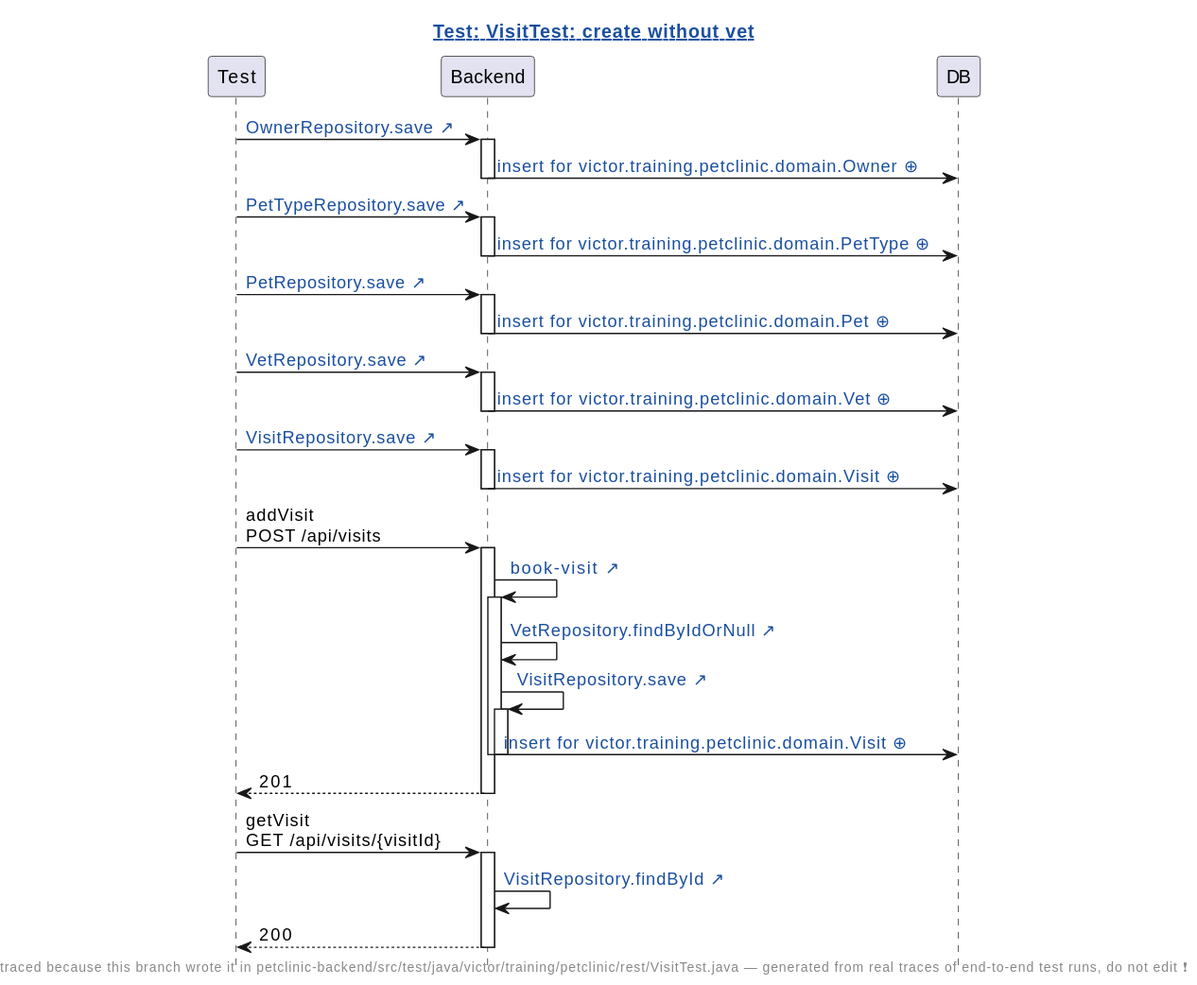
AgustinOliver98/human-review keeps this PlantUML diagram as demo/demo/assets/diagrams/petclinic-test_generated_VisitTest.java.create-without-vet.genseq.diff.svg. Above is the earlier version.
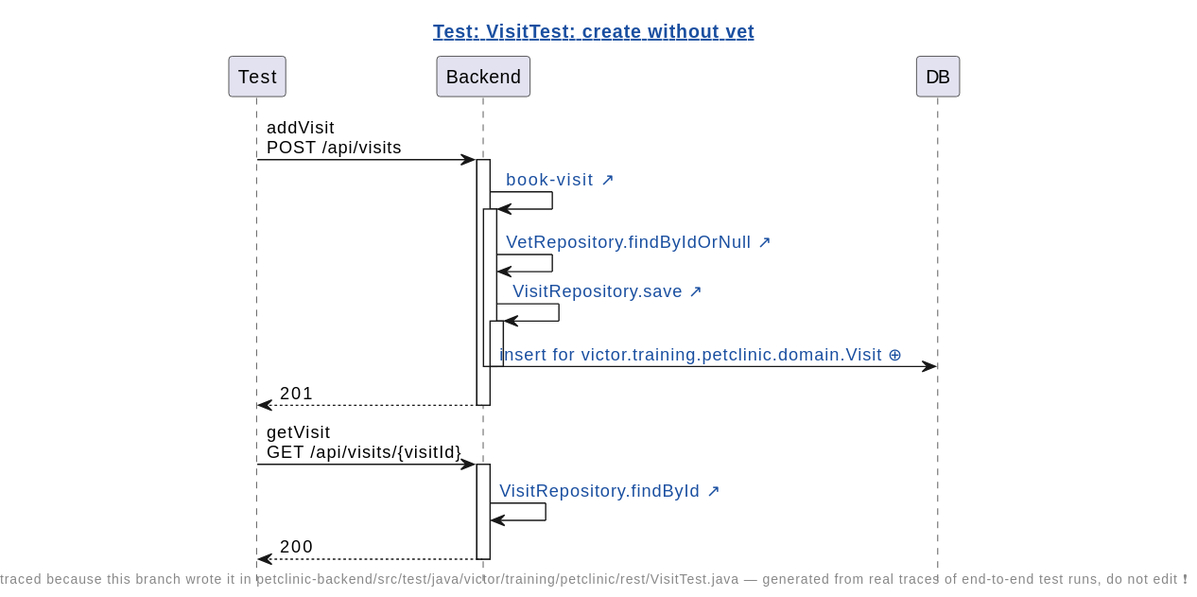
The same diagram one commit later.

Diff of the diagram source:
```diff
@@ -7,26 +7,6 @@
 participant Test
 participant Backend
 participant DB
-Test -> Backend: [[src://petclinic-backend/src/main/java/victor/training/petclinic/repository/OwnerRepository.java:19{Click to open OwnerRepository.save} OwnerRepository.save ↗]]
-activate Backend
-Backend -> DB: [[genseq://0bl9eup{Click for the statement behind this call} insert for victor.training.petclinic.domain.Owner ⊕]]
-deactivate Backend
-Test -> Backend: [[src://petclinic-backend/src/main/java/victor/training/petclinic/repository/PetTypeRepository.java:15{Click to open PetTypeRepository.save} PetTypeRepository.save ↗]]
-activate Backend
-Backend -> DB: [[genseq://0p9c7zm{Click for the statement behind this call} insert for victor.training.petclinic.domain.PetType ⊕]]
-deactivate Backend
-Test -> Backend: [[src://petclinic-backend/src/main/java/victor/training/petclinic/repository/PetRepository.java:18{Click to open PetRepository.save} PetRepository.save ↗]]
-activate Backend
-Backend -> DB: [[genseq://051oswl{Click for the statement behind this call} insert for victor.training.petclinic.domain.Pet ⊕]]
-deactivate Backend
-Test -> Backend: [[src://petclinic-backend/src/main/java/victor/training/petclinic/repository/VetRepository.java:23{Click to open VetRepository.save} VetRepository.save ↗]]
-activate Backend
-Backend -> DB: [[genseq://1rbt9aw{Click for the statement behind this call} insert for victor.training.petclinic.domain.Vet ⊕]]
-deactivate Backend
-Test -> Backend: [[src://petclinic-backend/src/main/java/victor/training/petclinic/repository/VisitRepository.java:14{Click to open VisitRepository.save} VisitRepository.save ↗]]
-activate Backend
-Backend -> DB: [[genseq://0gghs15{Click for the statement behind this call} insert for victor.training.petclinic.domain.Visit ⊕]]
-deactivate Backend
 Test -> Backend: addVisit\nPOST /api/visits
 activate Backend
 Backend -> Backend: [[src://petclinic-backend/src/main/java/victor/training/petclinic/rest/VisitRestController.java:72{Click to open VisitRestController.bookVisit} book-visit ↗]]
@@ -34,7 +14,7 @@
 Backend -> Backend: [[src://petclinic-backend/src/main/java/victor/training/petclinic/repository/VetRepository.java:19{Click to open VetRepository.findByIdOrNull} VetRepository.findByIdOrNull ↗]]
 Backend -> Backend: [[src://petclinic-backend/src/main/java/victor/training/petclinic/repository/VisitRepository.java:14{Click to open VisitRepository.save} VisitRepository.save ↗]]
 activate Backend
-Backend -> DB: [[genseq://033o5yx{Click for the statement behind this call} insert for victor.training.petclinic.domain.Visit ⊕]]
+Backend -> DB: [[genseq://0wrflqr{Click for the statement behind this call} insert for victor.training.petclinic.domain.Visit ⊕]]
 deactivate Backend
 deactivate Backend
 Backend --> Test: 201
```
